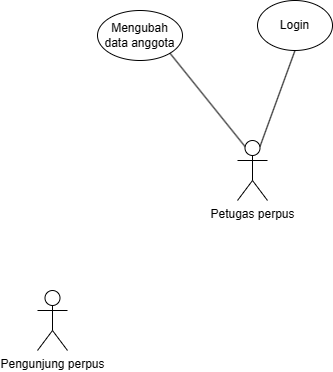
Before: Latihan.drawio.png, a diagram exported from draw.io (mahesri/uml_ads_sms3). Source tidied: cells renumbered, new cells last; positions are measured from the earlier drawing's top-left corner, leaving out a move shared by most shapes.
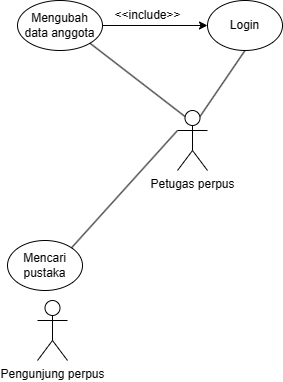
The same diagram one commit later.

What changed in the source:
```diff
@@ -3,22 +3,34 @@
     <mxCell id="0" />
     <mxCell id="1" parent="0" />
     <mxCell id="2" value="Pengunjung perpus" style="shape=umlActor;verticalLabelPosition=bottom;verticalAlign=top;html=1;" parent="1" vertex="1">
-      <mxGeometry y="290" width="30" height="60" as="geometry" />
+      <mxGeometry x="60" y="330" width="30" height="60" as="geometry" />
     </mxCell>
     <mxCell id="3" value="Petugas perpus" style="shape=umlActor;verticalLabelPosition=bottom;verticalAlign=top;html=1;outlineConnect=0;" parent="1" vertex="1">
       <mxGeometry x="200" y="140" width="30" height="60" as="geometry" />
     </mxCell>
     <mxCell id="4" value="Login" style="ellipse;whiteSpace=wrap;html=1;" parent="1" vertex="1">
-      <mxGeometry x="220" width="75" height="50" as="geometry" />
+      <mxGeometry x="230" y="30" width="75" height="50" as="geometry" />
     </mxCell>
     <mxCell id="5" style="endArrow=none;html=1;rounded=0;entryX=0.5;entryY=1;entryDx=0;entryDy=0;exitX=0.75;exitY=0.1;exitDx=0;exitDy=0;exitPerimeter=0;" parent="1" edge="1" source="3" target="4">
       <mxGeometry relative="1" as="geometry" />
     </mxCell>
     <mxCell id="6" value="Mengubah data anggota" style="ellipse;whiteSpace=wrap;html=1;" parent="1" vertex="1">
-      <mxGeometry x="60" y="10" width="85" height="50" as="geometry" />
+      <mxGeometry x="40" y="30" width="85" height="50" as="geometry" />
     </mxCell>
     <mxCell id="7" style="endArrow=none;html=1;rounded=0;entryX=1;entryY=1;entryDx=0;entryDy=0;exitX=0.25;exitY=0.1;exitDx=0;exitDy=0;exitPerimeter=0;" parent="1" edge="1" source="3" target="6">
       <mxGeometry relative="1" as="geometry" />
     </mxCell>
+    <mxCell id="8" style="endArrow=classic;html=1;rounded=0;entryX=0;entryY=0.5;entryDx=0;entryDy=0;exitX=1;exitY=0.5;exitDx=0;exitDy=0;" parent="1" edge="1" source="6" target="4">
+      <mxGeometry relative="1" as="geometry" />
+    </mxCell>
+    <mxCell id="9" value="&amp;lt;&amp;lt;include&amp;gt;&amp;gt;" style="text;html=1;align=center;verticalAlign=middle;strokeColor=none;fillColor=none;" parent="1" vertex="1">
+      <mxGeometry x="125" y="30" width="90" height="30" as="geometry" />
+    </mxCell>
+    <mxCell id="10" value="Mencari pustaka" style="ellipse;whiteSpace=wrap;html=1;" parent="1" vertex="1">
+      <mxGeometry x="30" y="270" width="75" height="50" as="geometry" />
+    </mxCell>
+    <mxCell id="11" style="endArrow=none;html=1;rounded=0;entryX=1;entryY=0;entryDx=0;entryDy=0;exitX=0;exitY=0.3333333333333333;exitDx=0;exitDy=0;exitPerimeter=0;" parent="1" edge="1" source="3" target="10">
+      <mxGeometry relative="1" as="geometry" />
+    </mxCell>
   </root>
 </mxGraphModel>
```
